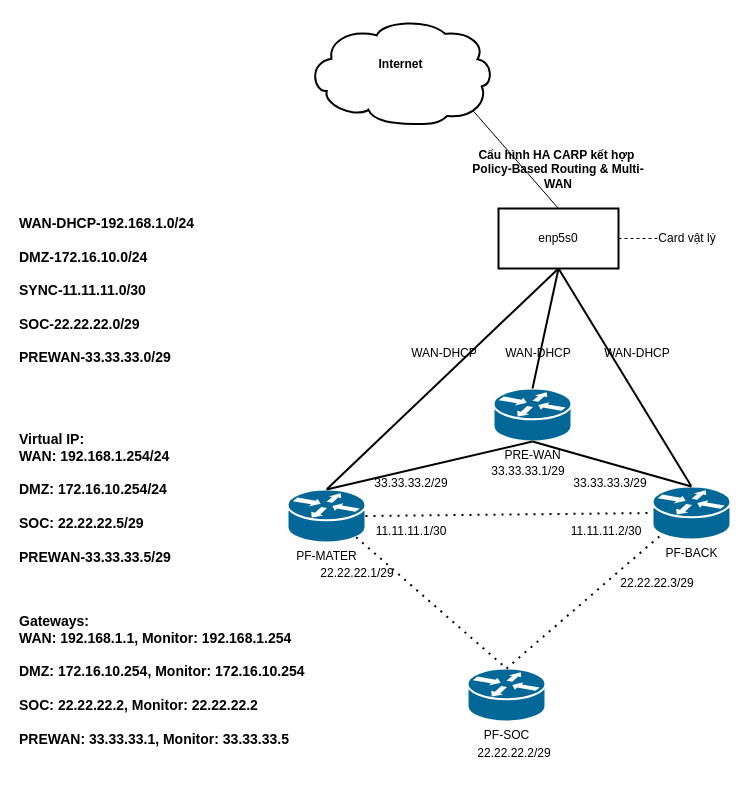
The draw.io diagram lab-001-pfsense-PBR-Multi-WAN.drawio in BHNamSSD/pfsense, before the edit. Source tidied: cells renumbered, new cells numbered last; positions are measured from the earlier drawing's top-left corner, leaving out a move shared by most shapes. Both pictures are drawn from the tidied source at 100%, with x=0, y=0 at pixel (17, 18).
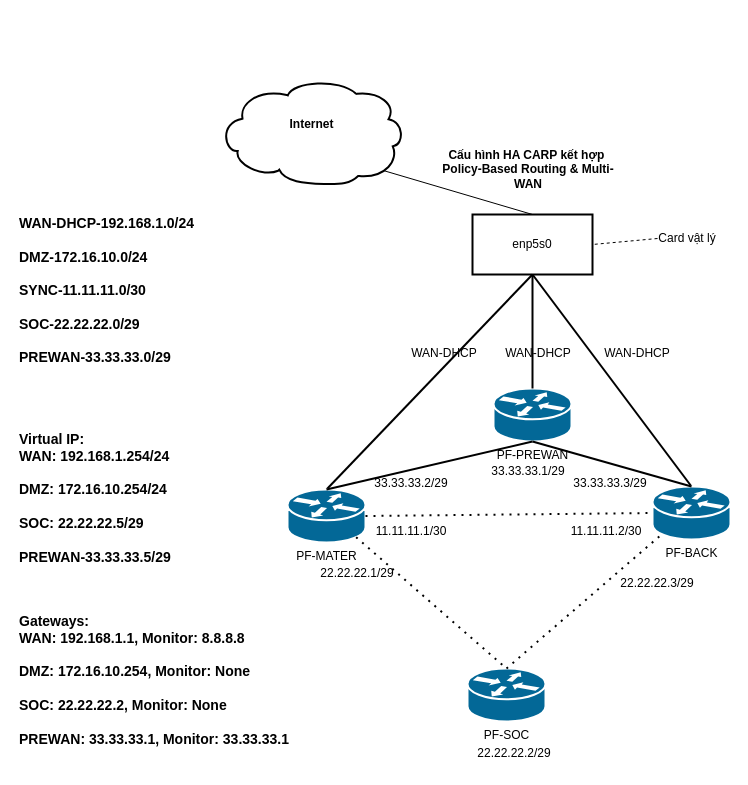
The same page after the edit.

Commit message (it also covers changes not shown here):
Cập nhật lab-001-pfsense-PBR-Multi-WAN.drawio

What changed in the source:
```diff
@@
     <mxCell id="2" value="&#10;Internet&#10;&#10;" style="shape=mxgraph.cisco.storage.cloud;sketch=0;html=1;dashed=0;strokeWidth=2;verticalLabelPosition=middle;verticalAlign=middle;align=center;outlineConnect=0;labelPosition=center;fontStyle=1;" parent="1" vertex="1">
-      <mxGeometry x="290" width="186" height="106" as="geometry" />
+      <mxGeometry x="201" y="60" width="186" height="106" as="geometry" />
     </mxCell>
@@
     <mxCell id="4" value="enp5s0" style="rounded=0;whiteSpace=wrap;html=1;strokeWidth=2;" parent="1" vertex="1">
-      <mxGeometry x="481" y="190" width="120" height="60" as="geometry" />
+      <mxGeometry x="455" y="196" width="120" height="60" as="geometry" />
     </mxCell>
@@
     <mxCell id="23" value="&lt;div&gt;Cấu hình HA CARP kết hợp&amp;nbsp;&lt;/div&gt;Policy-Based Routing &amp;amp; Multi-WAN" style="text;html=1;align=center;verticalAlign=middle;whiteSpace=wrap;rounded=0;fontStyle=1;" parent="1" vertex="1">
-      <mxGeometry x="447" y="106" width="188" height="90" as="geometry" />
+      <mxGeometry x="417" y="106" width="188" height="90" as="geometry" />
     </mxCell>
@@
-    <mxCell id="25" value="&lt;div&gt;&lt;span&gt;Gateways:&lt;/span&gt;&lt;/div&gt;&lt;div&gt;&lt;span&gt;WAN: 192.168.1.1, Monitor: 192.168.1.254&lt;/span&gt;&lt;/div&gt;&lt;div&gt;&lt;span&gt;&lt;br&gt;&lt;/span&gt;&lt;/div&gt;&lt;div&gt;&lt;span&gt;DMZ: 172.16.10.254, Monitor: 172.16.10.254&lt;/span&gt;&lt;/div&gt;&lt;div&gt;&lt;span&gt;&lt;br&gt;&lt;/span&gt;&lt;/div&gt;&lt;div&gt;SOC: 22.22.22.2, Monitor: 22.22.22.2&lt;/div&gt;&lt;div&gt;&lt;br&gt;&lt;/div&gt;&lt;div&gt;PREWAN: 33.33.33.1, Monitor: 33.33.33.5&lt;/div&gt;&lt;div&gt;&lt;span&gt;&lt;br&gt;&lt;/span&gt;&lt;/div&gt;" style="text;html=1;align=left;verticalAlign=top;whiteSpace=wrap;rounded=0;fontStyle=1;labelPosition=center;verticalLabelPosition=middle;fontSize=14;" parent="1" vertex="1">
+    <mxCell id="25" value="&lt;div&gt;&lt;span&gt;Gateways:&lt;/span&gt;&lt;/div&gt;&lt;div&gt;&lt;span&gt;WAN: 192.168.1.1, Monitor: 8.8.8.8&lt;/span&gt;&lt;/div&gt;&lt;div&gt;&lt;span&gt;&lt;br&gt;&lt;/span&gt;&lt;/div&gt;&lt;div&gt;&lt;span&gt;DMZ: 172.16.10.254, Monitor: None&lt;/span&gt;&lt;/div&gt;&lt;div&gt;&lt;span&gt;&lt;br&gt;&lt;/span&gt;&lt;/div&gt;&lt;div&gt;SOC: 22.22.22.2, Monitor: None&lt;/div&gt;&lt;div&gt;&lt;br&gt;&lt;/div&gt;&lt;div&gt;PREWAN: 33.33.33.1, Monitor: 33.33.33.1&lt;/div&gt;&lt;div&gt;&lt;span&gt;&lt;br&gt;&lt;/span&gt;&lt;/div&gt;" style="text;html=1;align=left;verticalAlign=top;whiteSpace=wrap;rounded=0;fontStyle=1;labelPosition=center;verticalLabelPosition=middle;fontSize=14;" parent="1" vertex="1">
       <mxGeometry y="588" width="310" height="150" as="geometry" />
     </mxCell>
-    <mxCell id="26" value="PRE-WAN" style="shape=mxgraph.cisco.routers.router;sketch=0;html=1;dashed=0;fillColor=#036897;strokeColor=#ffffff;strokeWidth=2;verticalLabelPosition=bottom;verticalAlign=top;align=center;outlineConnect=0;" parent="1" vertex="1">
+    <mxCell id="26" value="&lt;div&gt;PF-PREWAN&lt;/div&gt;" style="shape=mxgraph.cisco.routers.router;sketch=0;html=1;dashed=0;fillColor=#036897;strokeColor=#ffffff;strokeWidth=2;verticalLabelPosition=bottom;verticalAlign=top;align=center;outlineConnect=0;" parent="1" vertex="1">
       <mxGeometry x="476" y="370" width="78" height="53" as="geometry" />
     </mxCell>
```
